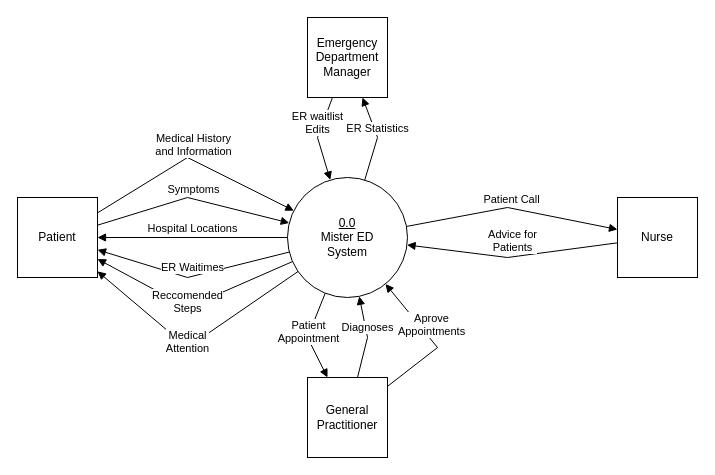
Above: OliverWork/Milestone2/DFDContextLevel.drawio in SENG-350-2024-fall/Team9 (draw.io), before the change. Source tidied: cells renumbered, new cells numbered last; positions are measured from the earlier drawing's top-left corner, leaving out a move shared by most shapes. Both pictures are drawn from the tidied source at 100%, with x=0, y=0 at pixel (17, 17).
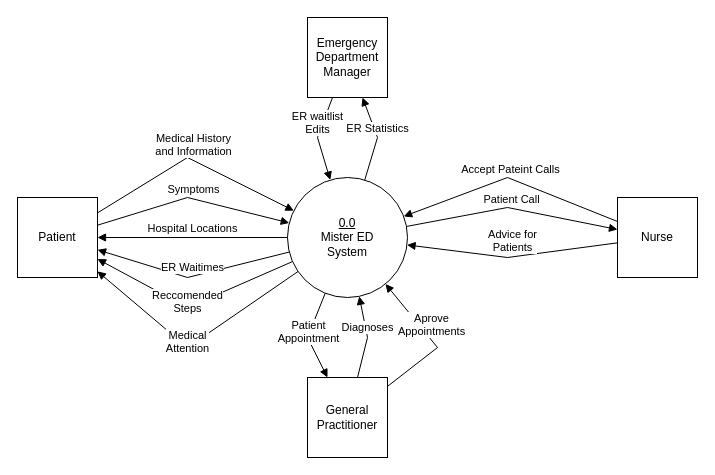
Above is the later version.

Commit message:
Add Accept Patient Calls to Nurse

Unchanged cells that the change refers to:
```xml
<mxCell id="2" value="&lt;div&gt;&lt;u&gt;0.0&lt;/u&gt;&lt;/div&gt;Mister ED&lt;div&gt;System&lt;/div&gt;" style="ellipse;whiteSpace=wrap;html=1;" parent="1" vertex="1">
  <mxGeometry x="270" y="160" width="120" height="120" as="geometry" />
</mxCell>
<mxCell id="4" value="Nurse" style="whiteSpace=wrap;html=1;" parent="1" vertex="1">
  <mxGeometry x="600" y="180" width="80" height="80" as="geometry" />
</mxCell>
```

The edit, as a diff of the source:
```diff
@@
+    <mxCell id="20" value="Accept Pateint Calls" style="html=1;verticalAlign=bottom;endArrow=block;curved=0;rounded=0;" parent="1" edge="1" source="4" target="2">
+      <mxGeometry relative="1" as="geometry">
+        <Array as="points">
+          <mxPoint x="490" y="160" />
+        </Array>
+      </mxGeometry>
+    </mxCell>
```
